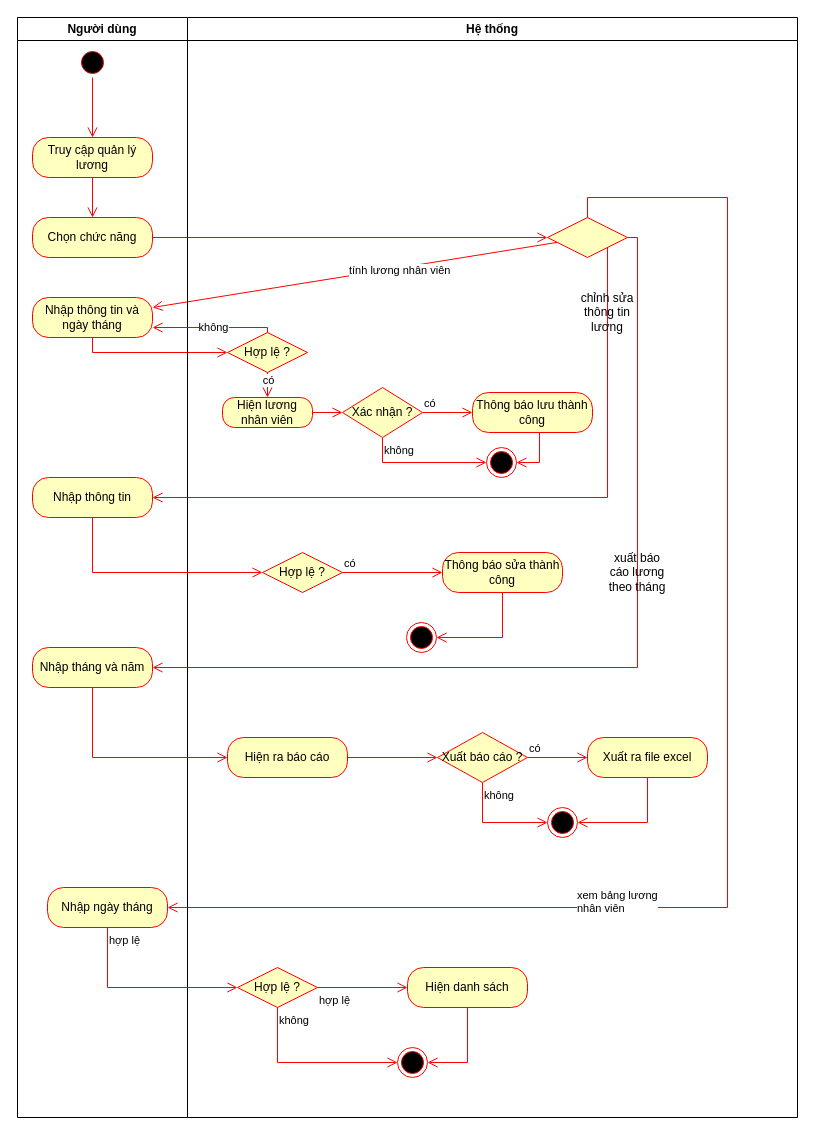
Above: QuanLyLuong_ACD.drawio in hoangda24312/Group4-DesigningSystem (draw.io), before the change. Source tidied: cells renumbered, new cells numbered last; positions are measured from the earlier drawing's top-left corner, leaving out a move shared by most shapes. Both pictures are drawn from the tidied source at 100%, with x=0, y=0 at pixel (17, 17).
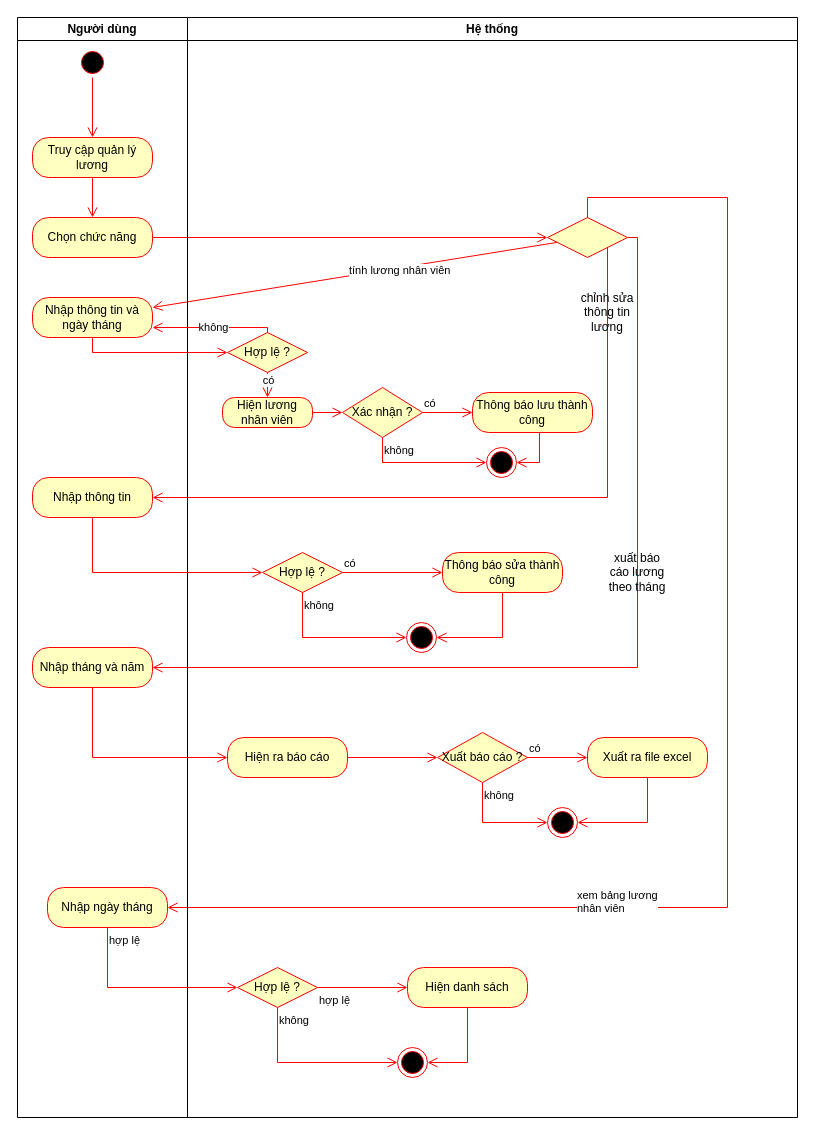
The same diagram, later.

The change refers to these unchanged cells:
```xml
<mxCell id="17" value="Hệ thống" style="swimlane;whiteSpace=wrap;html=1;" parent="1" vertex="1">
  <mxGeometry x="170" width="610" height="1100" as="geometry" />
</mxCell>
<mxCell id="19" value="Hợp lệ ?" style="rhombus;whiteSpace=wrap;html=1;fontColor=#000000;fillColor=#ffffc0;strokeColor=#ff0000;" parent="17" vertex="1">
  <mxGeometry x="75" y="535" width="80" height="40" as="geometry" />
</mxCell>
<mxCell id="23" style="ellipse;html=1;shape=endState;fillColor=#000000;strokeColor=#ff0000;" parent="17" vertex="1">
  <mxGeometry x="219" y="605" width="30" height="30" as="geometry" />
</mxCell>
```

What changed in the source:
```diff
@@
+    <mxCell id="57" value="không" style="html=1;align=left;verticalAlign=top;endArrow=open;endSize=8;strokeColor=#ff0000;rounded=0;entryX=0;entryY=0.5;entryDx=0;entryDy=0;exitX=0.5;exitY=1;exitDx=0;exitDy=0;edgeStyle=orthogonalEdgeStyle;" parent="17" edge="1" source="19" target="23">
+      <mxGeometry x="-1" relative="1" as="geometry" />
+    </mxCell>
```
